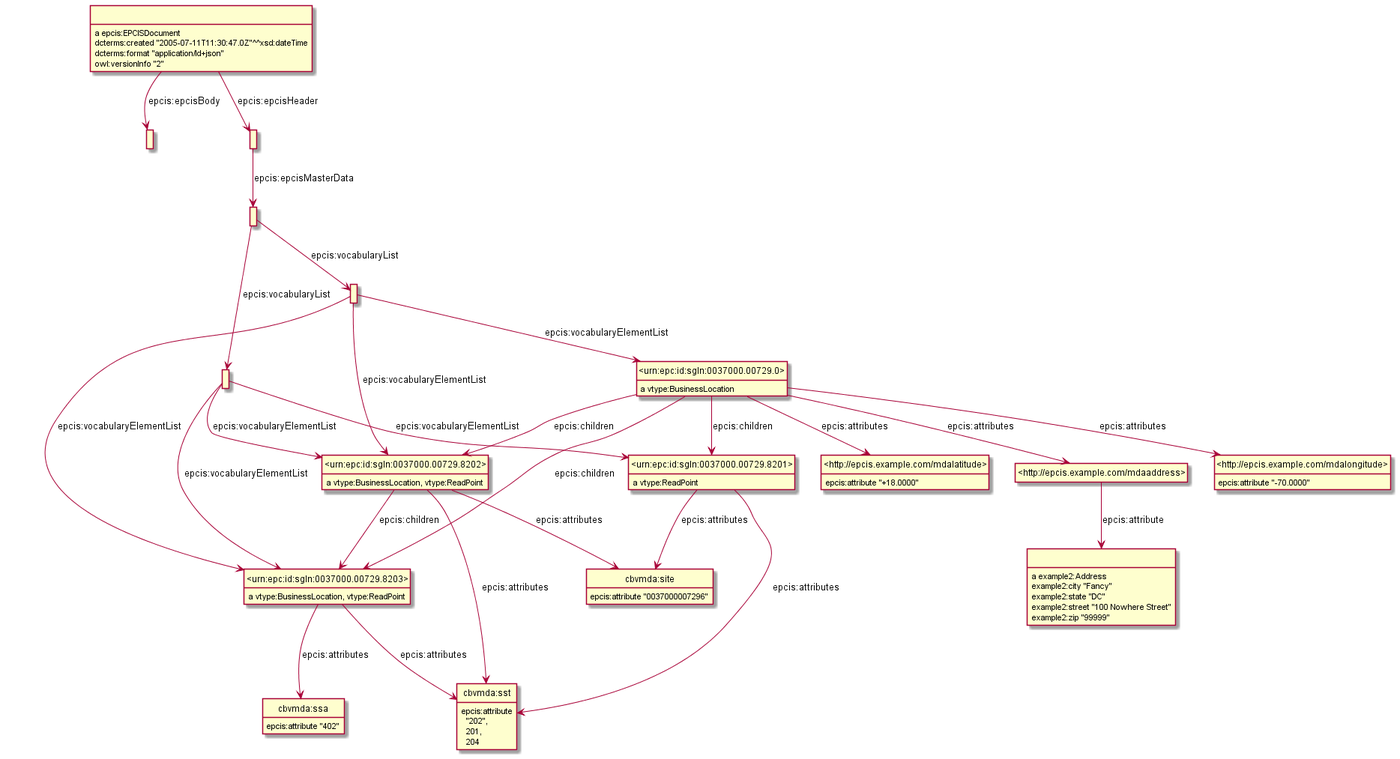
gs1/EPCIS keeps this PlantUML diagram as Diagrams/Example_9.8.1-MasterData-complying-with-schema.png. Above is the earlier version. Source of this version:
```plantuml
@startuml
hide empty methods
hide empty attributes
hide circle
skinparam classAttributeIconSize 0
class _http_epcis_example_com_mdalongitude_ as "<http://epcis.example.com/mdalongitude>"
_http_epcis_example_com_mdalongitude_ : epcis:attribute "-70.0000"
class _r1617094261r0_ as " "
_r1617094261r0_ : a example2:Address
_r1617094261r0_ : example2:city "Fancy"
_r1617094261r0_ : example2:state "DC"
_r1617094261r0_ : example2:street "100 Nowhere Street"
_r1617094261r0_ : example2:zip "99999"
class _r1617094261r4_ as " "
class _r1617094261r5_ as " "
_r1617094261r4_ -down-> _r1617094261r5_ : epcis:vocabularyList
class _r1617094261r6_ as " "
_r1617094261r4_ -down-> _r1617094261r6_ : epcis:vocabularyList
class _urn_epc_id_sgln_0037000_00729_8202_ as "<urn:epc:id:sgln:0037000.00729.8202>"
_urn_epc_id_sgln_0037000_00729_8202_ : a vtype:BusinessLocation, vtype:ReadPoint
class cbvmda_sst as "cbvmda:sst"
_urn_epc_id_sgln_0037000_00729_8202_ -down-> cbvmda_sst : epcis:attributes
class _urn_epc_id_sgln_0037000_00729_8203_ as "<urn:epc:id:sgln:0037000.00729.8203>"
_urn_epc_id_sgln_0037000_00729_8202_ -down-> _urn_epc_id_sgln_0037000_00729_8203_ : epcis:children
class cbvmda_site as "cbvmda:site"
_urn_epc_id_sgln_0037000_00729_8202_ -down-> cbvmda_site : epcis:attributes
class _urn_epc_id_sgln_0037000_00729_8201_ as "<urn:epc:id:sgln:0037000.00729.8201>"
_r1617094261r5_ -down-> _urn_epc_id_sgln_0037000_00729_8201_ : epcis:vocabularyElementList
_r1617094261r5_ -down-> _urn_epc_id_sgln_0037000_00729_8203_ : epcis:vocabularyElementList
_r1617094261r5_ -down-> _urn_epc_id_sgln_0037000_00729_8202_ : epcis:vocabularyElementList
_r1617094261r6_ -down-> _urn_epc_id_sgln_0037000_00729_8203_ : epcis:vocabularyElementList
class _urn_epc_id_sgln_0037000_00729_0_ as "<urn:epc:id:sgln:0037000.00729.0>"
_r1617094261r6_ -down-> _urn_epc_id_sgln_0037000_00729_0_ : epcis:vocabularyElementList
_r1617094261r6_ -down-> _urn_epc_id_sgln_0037000_00729_8202_ : epcis:vocabularyElementList
_urn_epc_id_sgln_0037000_00729_8201_ : a vtype:ReadPoint
_urn_epc_id_sgln_0037000_00729_8201_ -down-> cbvmda_site : epcis:attributes
_urn_epc_id_sgln_0037000_00729_8201_ -down-> cbvmda_sst : epcis:attributes
_urn_epc_id_sgln_0037000_00729_0_ : a vtype:BusinessLocation
_urn_epc_id_sgln_0037000_00729_0_ -down-> _http_epcis_example_com_mdalongitude_ : epcis:attributes
_urn_epc_id_sgln_0037000_00729_0_ -down-> _urn_epc_id_sgln_0037000_00729_8202_ : epcis:children
_urn_epc_id_sgln_0037000_00729_0_ -down-> _urn_epc_id_sgln_0037000_00729_8203_ : epcis:children
_urn_epc_id_sgln_0037000_00729_0_ -down-> _urn_epc_id_sgln_0037000_00729_8201_ : epcis:children
class _http_epcis_example_com_mdalatitude_ as "<http://epcis.example.com/mdalatitude>"
_urn_epc_id_sgln_0037000_00729_0_ -down-> _http_epcis_example_com_mdalatitude_ : epcis:attributes
class _http_epcis_example_com_mdaaddress_ as "<http://epcis.example.com/mdaaddress>"
_urn_epc_id_sgln_0037000_00729_0_ -down-> _http_epcis_example_com_mdaaddress_ : epcis:attributes
class cbvmda_ssa as "cbvmda:ssa"
cbvmda_ssa : epcis:attribute "402"
cbvmda_site : epcis:attribute "0037000007296"
class _r1617094261r1_ as " "
_r1617094261r1_ : a epcis:EPCISDocument
class _r1617094261r2_ as " "
_r1617094261r1_ -down-> _r1617094261r2_ : epcis:epcisBody
class _r1617094261r3_ as " "
_r1617094261r1_ -down-> _r1617094261r3_ : epcis:epcisHeader
_r1617094261r1_ : dcterms:created "2005-07-11T11:30:47.0Z"^^xsd:dateTime
_r1617094261r1_ : dcterms:format "application/ld+json"
_r1617094261r1_ : owl:versionInfo "2"
cbvmda_sst : epcis:attribute\n  "202",\n  201,\n  204
_r1617094261r3_ -down-> _r1617094261r4_ : epcis:epcisMasterData
_http_epcis_example_com_mdalatitude_ : epcis:attribute "+18.0000"
_urn_epc_id_sgln_0037000_00729_8203_ : a vtype:BusinessLocation, vtype:ReadPoint
_urn_epc_id_sgln_0037000_00729_8203_ -down-> cbvmda_sst : epcis:attributes
_urn_epc_id_sgln_0037000_00729_8203_ -down-> cbvmda_ssa : epcis:attributes
_http_epcis_example_com_mdaaddress_ -down-> _r1617094261r0_ : epcis:attribute
@enduml
```
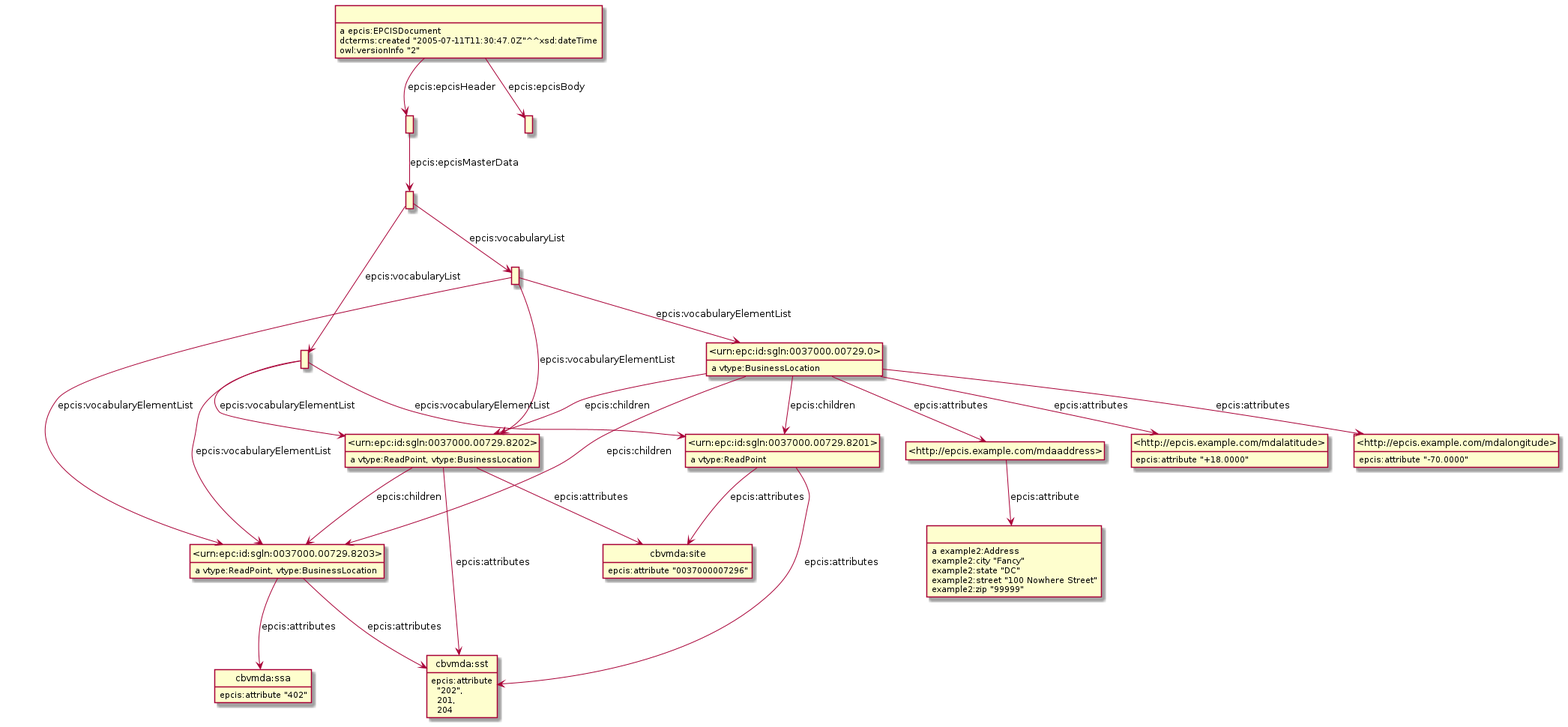
After the change.

Diff of the diagram source:
```diff
@@ -3,64 +3,63 @@
 hide empty attributes
 hide circle
 skinparam classAttributeIconSize 0
-class _http_epcis_example_com_mdalongitude_ as "<http://epcis.example.com/mdalongitude>"
-_http_epcis_example_com_mdalongitude_ : epcis:attribute "-70.0000"
-class _r1617094261r0_ as " "
-_r1617094261r0_ : a example2:Address
-_r1617094261r0_ : example2:city "Fancy"
-_r1617094261r0_ : example2:state "DC"
-_r1617094261r0_ : example2:street "100 Nowhere Street"
-_r1617094261r0_ : example2:zip "99999"
-class _r1617094261r4_ as " "
-class _r1617094261r5_ as " "
-_r1617094261r4_ -down-> _r1617094261r5_ : epcis:vocabularyList
-class _r1617094261r6_ as " "
-_r1617094261r4_ -down-> _r1617094261r6_ : epcis:vocabularyList
+class _r1623307984r0_ as " "
+_r1623307984r0_ : a example2:Address
+_r1623307984r0_ : example2:city "Fancy"
+_r1623307984r0_ : example2:state "DC"
+_r1623307984r0_ : example2:street "100 Nowhere Street"
+_r1623307984r0_ : example2:zip "99999"
+class _r1623307984r6_ as " "
+class _urn_epc_id_sgln_0037000_00729_0_ as "<urn:epc:id:sgln:0037000.00729.0>"
+_r1623307984r6_ -down-> _urn_epc_id_sgln_0037000_00729_0_ : epcis:vocabularyElementList
 class _urn_epc_id_sgln_0037000_00729_8202_ as "<urn:epc:id:sgln:0037000.00729.8202>"
-_urn_epc_id_sgln_0037000_00729_8202_ : a vtype:BusinessLocation, vtype:ReadPoint
+_r1623307984r6_ -down-> _urn_epc_id_sgln_0037000_00729_8202_ : epcis:vocabularyElementList
+class _urn_epc_id_sgln_0037000_00729_8203_ as "<urn:epc:id:sgln:0037000.00729.8203>"
+_r1623307984r6_ -down-> _urn_epc_id_sgln_0037000_00729_8203_ : epcis:vocabularyElementList
+class cbvmda_ssa as "cbvmda:ssa"
+cbvmda_ssa : epcis:attribute "402"
+class _r1623307984r1_ as " "
+_r1623307984r1_ : a epcis:EPCISDocument
+class _r1623307984r2_ as " "
+_r1623307984r1_ -down-> _r1623307984r2_ : epcis:epcisBody
+class _r1623307984r3_ as " "
+_r1623307984r1_ -down-> _r1623307984r3_ : epcis:epcisHeader
+_r1623307984r1_ : dcterms:created "2005-07-11T11:30:47.0Z"^^xsd:dateTime
+_r1623307984r1_ : owl:versionInfo "2"
+class _urn_epc_id_sgln_0037000_00729_8201_ as "<urn:epc:id:sgln:0037000.00729.8201>"
+_urn_epc_id_sgln_0037000_00729_8201_ : a vtype:ReadPoint
+class cbvmda_site as "cbvmda:site"
+_urn_epc_id_sgln_0037000_00729_8201_ -down-> cbvmda_site : epcis:attributes
 class cbvmda_sst as "cbvmda:sst"
-_urn_epc_id_sgln_0037000_00729_8202_ -down-> cbvmda_sst : epcis:attributes
-class _urn_epc_id_sgln_0037000_00729_8203_ as "<urn:epc:id:sgln:0037000.00729.8203>"
-_urn_epc_id_sgln_0037000_00729_8202_ -down-> _urn_epc_id_sgln_0037000_00729_8203_ : epcis:children
-class cbvmda_site as "cbvmda:site"
-_urn_epc_id_sgln_0037000_00729_8202_ -down-> cbvmda_site : epcis:attributes
-class _urn_epc_id_sgln_0037000_00729_8201_ as "<urn:epc:id:sgln:0037000.00729.8201>"
-_r1617094261r5_ -down-> _urn_epc_id_sgln_0037000_00729_8201_ : epcis:vocabularyElementList
-_r1617094261r5_ -down-> _urn_epc_id_sgln_0037000_00729_8203_ : epcis:vocabularyElementList
-_r1617094261r5_ -down-> _urn_epc_id_sgln_0037000_00729_8202_ : epcis:vocabularyElementList
-_r1617094261r6_ -down-> _urn_epc_id_sgln_0037000_00729_8203_ : epcis:vocabularyElementList
-class _urn_epc_id_sgln_0037000_00729_0_ as "<urn:epc:id:sgln:0037000.00729.0>"
-_r1617094261r6_ -down-> _urn_epc_id_sgln_0037000_00729_0_ : epcis:vocabularyElementList
-_r1617094261r6_ -down-> _urn_epc_id_sgln_0037000_00729_8202_ : epcis:vocabularyElementList
-_urn_epc_id_sgln_0037000_00729_8201_ : a vtype:ReadPoint
-_urn_epc_id_sgln_0037000_00729_8201_ -down-> cbvmda_site : epcis:attributes
 _urn_epc_id_sgln_0037000_00729_8201_ -down-> cbvmda_sst : epcis:attributes
+cbvmda_sst : epcis:attribute\n  "202",\n  201,\n  204
+class _http_epcis_example_com_mdalatitude_ as "<http://epcis.example.com/mdalatitude>"
+_http_epcis_example_com_mdalatitude_ : epcis:attribute "+18.0000"
+class _r1623307984r4_ as " "
+_r1623307984r3_ -down-> _r1623307984r4_ : epcis:epcisMasterData
+_urn_epc_id_sgln_0037000_00729_8203_ : a vtype:ReadPoint, vtype:BusinessLocation
+_urn_epc_id_sgln_0037000_00729_8203_ -down-> cbvmda_ssa : epcis:attributes
+_urn_epc_id_sgln_0037000_00729_8203_ -down-> cbvmda_sst : epcis:attributes
+class _http_epcis_example_com_mdaaddress_ as "<http://epcis.example.com/mdaaddress>"
+_http_epcis_example_com_mdaaddress_ -down-> _r1623307984r0_ : epcis:attribute
+cbvmda_site : epcis:attribute "0037000007296"
+class _r1623307984r5_ as " "
+_r1623307984r4_ -down-> _r1623307984r5_ : epcis:vocabularyList
+_r1623307984r4_ -down-> _r1623307984r6_ : epcis:vocabularyList
+_r1623307984r5_ -down-> _urn_epc_id_sgln_0037000_00729_8201_ : epcis:vocabularyElementList
+_r1623307984r5_ -down-> _urn_epc_id_sgln_0037000_00729_8203_ : epcis:vocabularyElementList
+_r1623307984r5_ -down-> _urn_epc_id_sgln_0037000_00729_8202_ : epcis:vocabularyElementList
 _urn_epc_id_sgln_0037000_00729_0_ : a vtype:BusinessLocation
-_urn_epc_id_sgln_0037000_00729_0_ -down-> _http_epcis_example_com_mdalongitude_ : epcis:attributes
+_urn_epc_id_sgln_0037000_00729_0_ -down-> _urn_epc_id_sgln_0037000_00729_8201_ : epcis:children
 _urn_epc_id_sgln_0037000_00729_0_ -down-> _urn_epc_id_sgln_0037000_00729_8202_ : epcis:children
 _urn_epc_id_sgln_0037000_00729_0_ -down-> _urn_epc_id_sgln_0037000_00729_8203_ : epcis:children
-_urn_epc_id_sgln_0037000_00729_0_ -down-> _urn_epc_id_sgln_0037000_00729_8201_ : epcis:children
-class _http_epcis_example_com_mdalatitude_ as "<http://epcis.example.com/mdalatitude>"
+class _http_epcis_example_com_mdalongitude_ as "<http://epcis.example.com/mdalongitude>"
+_urn_epc_id_sgln_0037000_00729_0_ -down-> _http_epcis_example_com_mdalongitude_ : epcis:attributes
+_urn_epc_id_sgln_0037000_00729_0_ -down-> _http_epcis_example_com_mdaaddress_ : epcis:attributes
 _urn_epc_id_sgln_0037000_00729_0_ -down-> _http_epcis_example_com_mdalatitude_ : epcis:attributes
-class _http_epcis_example_com_mdaaddress_ as "<http://epcis.example.com/mdaaddress>"
-_urn_epc_id_sgln_0037000_00729_0_ -down-> _http_epcis_example_com_mdaaddress_ : epcis:attributes
-class cbvmda_ssa as "cbvmda:ssa"
-cbvmda_ssa : epcis:attribute "402"
-cbvmda_site : epcis:attribute "0037000007296"
-class _r1617094261r1_ as " "
-_r1617094261r1_ : a epcis:EPCISDocument
-class _r1617094261r2_ as " "
-_r1617094261r1_ -down-> _r1617094261r2_ : epcis:epcisBody
-class _r1617094261r3_ as " "
-_r1617094261r1_ -down-> _r1617094261r3_ : epcis:epcisHeader
-_r1617094261r1_ : dcterms:created "2005-07-11T11:30:47.0Z"^^xsd:dateTime
-_r1617094261r1_ : dcterms:format "application/ld+json"
-_r1617094261r1_ : owl:versionInfo "2"
-cbvmda_sst : epcis:attribute\n  "202",\n  201,\n  204
-_r1617094261r3_ -down-> _r1617094261r4_ : epcis:epcisMasterData
-_http_epcis_example_com_mdalatitude_ : epcis:attribute "+18.0000"
-_urn_epc_id_sgln_0037000_00729_8203_ : a vtype:BusinessLocation, vtype:ReadPoint
-_urn_epc_id_sgln_0037000_00729_8203_ -down-> cbvmda_sst : epcis:attributes
-_urn_epc_id_sgln_0037000_00729_8203_ -down-> cbvmda_ssa : epcis:attributes
-_http_epcis_example_com_mdaaddress_ -down-> _r1617094261r0_ : epcis:attribute
+_http_epcis_example_com_mdalongitude_ : epcis:attribute "-70.0000"
+_urn_epc_id_sgln_0037000_00729_8202_ : a vtype:ReadPoint, vtype:BusinessLocation
+_urn_epc_id_sgln_0037000_00729_8202_ -down-> _urn_epc_id_sgln_0037000_00729_8203_ : epcis:children
+_urn_epc_id_sgln_0037000_00729_8202_ -down-> cbvmda_sst : epcis:attributes
+_urn_epc_id_sgln_0037000_00729_8202_ -down-> cbvmda_site : epcis:attributes
 @enduml
```
